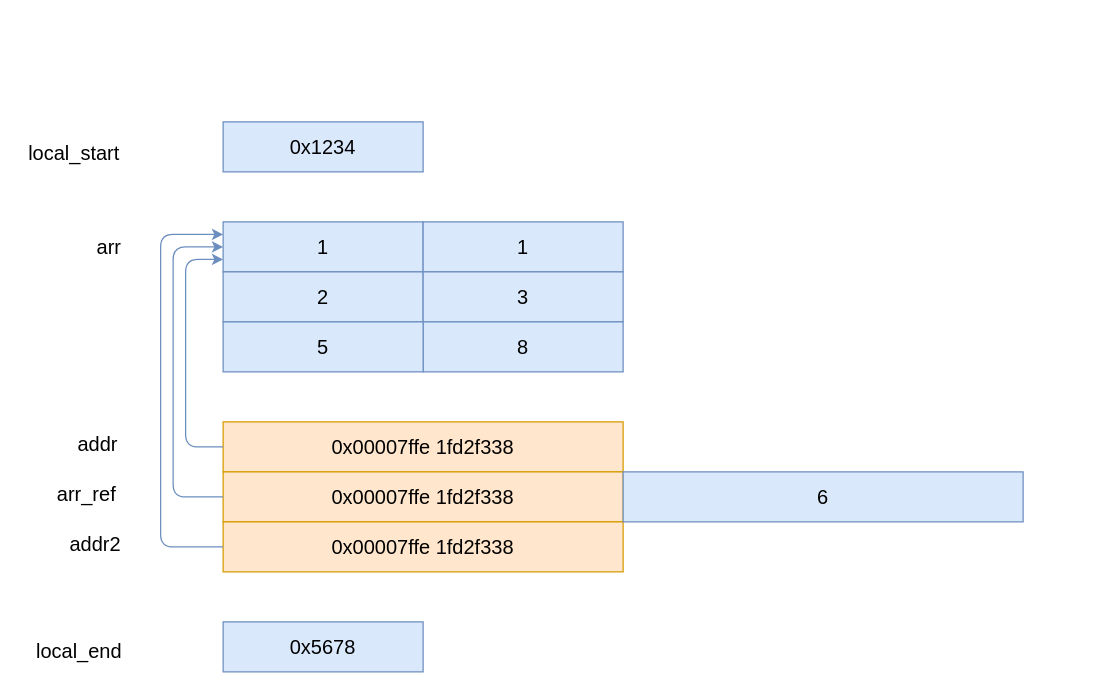
Before: src/primitives/assets/array-mem-layout.drawio in XuShaohua/intro-to-rust, a draw.io diagram. Source tidied: cells renumbered, new cells numbered last; positions are measured from the earlier drawing's top-left corner, leaving out a move shared by most shapes. Both pictures are drawn from the tidied source at 125%, with x=0, y=0 at pixel (21, 121).
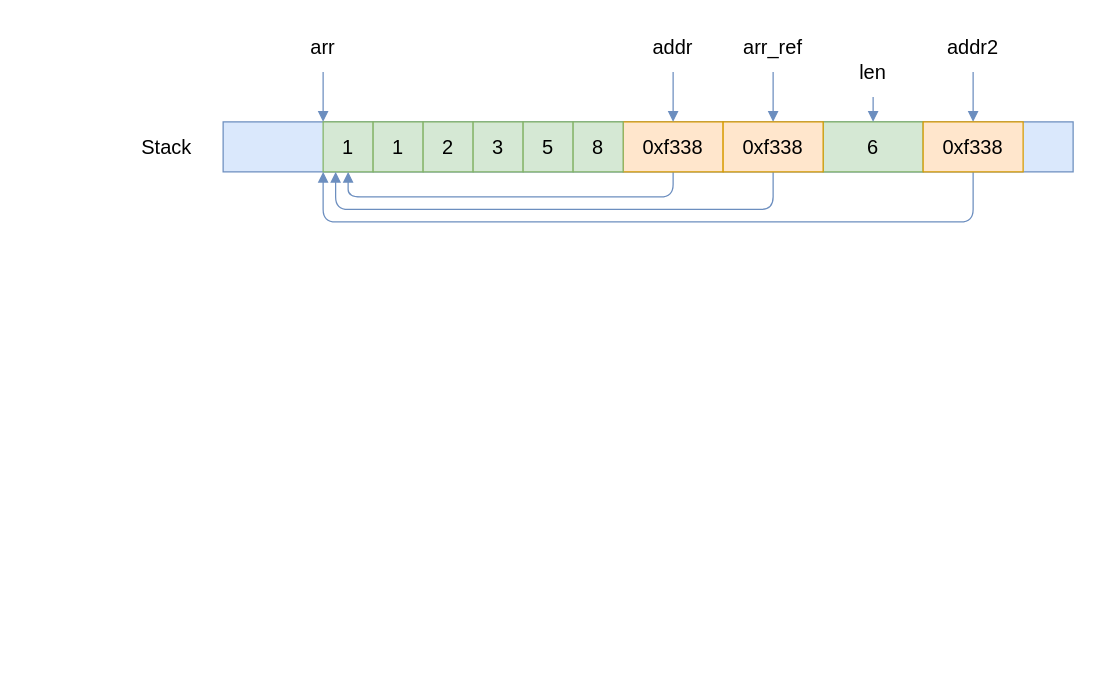
Above is the later version.

Commit message (it also covers changes not shown here):
primitives: Update array mem layout

What changed in the source:
```diff
@@
-    <mxCell id="2" value="0x1234" style="rounded=0;whiteSpace=wrap;html=1;shadow=0;strokeColor=#6c8ebf;strokeWidth=1;fontFamily=Ubuntu;fontSize=16;fontStyle=0;fillColor=#dae8fc;" parent="1" vertex="1">
-      <mxGeometry x="161" width="160" height="40" as="geometry" />
+    <mxCell id="2" style="rounded=0;whiteSpace=wrap;html=1;shadow=0;strokeColor=#6c8ebf;strokeWidth=1;fontFamily=Ubuntu;fontSize=16;fontStyle=0;fillColor=#dae8fc;" parent="1" vertex="1">
+      <mxGeometry x="161" width="680" height="40" as="geometry" />
     </mxCell>
-    <mxCell id="3" value="0x5678" style="rounded=0;whiteSpace=wrap;html=1;shadow=0;strokeColor=#6c8ebf;strokeWidth=1;fontFamily=Ubuntu;fontSize=16;fontStyle=0;fillColor=#dae8fc;" parent="1" vertex="1">
-      <mxGeometry x="161" y="400" width="160" height="40" as="geometry" />
-    </mxCell>
-    <mxCell id="4" value="local_start" style="text;html=1;align=center;verticalAlign=middle;whiteSpace=wrap;rounded=0;fontFamily=Ubuntu;fontSize=16;fontStyle=0;" parent="1" vertex="1">
-      <mxGeometry y="10" width="84" height="30" as="geometry" />
+    <mxCell id="4" value="Stack" style="text;html=1;align=center;verticalAlign=middle;whiteSpace=wrap;rounded=0;fontFamily=Ubuntu;fontSize=16;fontStyle=0;" parent="1" vertex="1">
+      <mxGeometry x="91" width="50" height="40" as="geometry" />
     </mxCell>
-    <mxCell id="5" value="local_end" style="text;html=1;align=center;verticalAlign=middle;whiteSpace=wrap;rounded=0;fontFamily=Ubuntu;fontSize=16;fontStyle=0;" parent="1" vertex="1">
-      <mxGeometry x="6" y="407.5" width="80" height="30" as="geometry" />
-    </mxCell>
-    <mxCell id="6" value="1" style="rounded=0;whiteSpace=wrap;html=1;shadow=0;strokeColor=#6c8ebf;strokeWidth=1;fontFamily=Ubuntu;fontSize=16;fontStyle=0;fillColor=#dae8fc;" parent="1" vertex="1">
-      <mxGeometry x="161" y="80" width="160" height="40" as="geometry" />
-    </mxCell>
-    <mxCell id="7" value="1" style="rounded=0;whiteSpace=wrap;html=1;shadow=0;strokeColor=#6c8ebf;strokeWidth=1;fontFamily=Ubuntu;fontSize=16;fontStyle=0;fillColor=#dae8fc;" parent="1" vertex="1">
-      <mxGeometry x="321" y="80" width="160" height="40" as="geometry" />
-    </mxCell>
+    <mxCell id="23" style="edgeStyle=orthogonalEdgeStyle;rounded=1;jettySize=auto;html=1;entryX=0;entryY=0;entryDx=0;entryDy=0;shadow=0;strokeColor=#6c8ebf;strokeWidth=1;fontFamily=Ubuntu;fontSize=14;fontStyle=0;endArrow=block;endFill=1;fillColor=#dae8fc;" parent="1" edge="1" source="12" target="28">
+      <mxGeometry relative="1" as="geometry" />
+    </mxCell>
+    <mxCell id="12" value="arr" style="text;html=1;align=center;verticalAlign=middle;whiteSpace=wrap;rounded=0;fontFamily=Ubuntu;fontSize=16;fontStyle=0;" parent="1" vertex="1">
+      <mxGeometry x="221" y="-80" width="40" height="40" as="geometry" />
+    </mxCell>
+    <mxCell id="24" style="edgeStyle=orthogonalEdgeStyle;rounded=1;jettySize=auto;html=1;entryX=0.5;entryY=1;entryDx=0;entryDy=0;shadow=0;strokeColor=#6c8ebf;strokeWidth=1;fontFamily=Ubuntu;fontSize=14;fontStyle=0;endArrow=block;endFill=1;fillColor=#dae8fc;" parent="1" edge="1" source="13" target="28">
+      <mxGeometry relative="1" as="geometry">
+        <Array as="points">
+          <mxPoint x="521" y="60" />
+          <mxPoint x="261" y="60" />
+        </Array>
+      </mxGeometry>
+    </mxCell>
+    <mxCell id="13" value="0xf338" style="rounded=0;whiteSpace=wrap;html=1;shadow=0;strokeColor=#d79b00;strokeWidth=1;fontFamily=Ubuntu;fontSize=16;fontStyle=0;fillColor=#ffe6cc;" parent="1" vertex="1">
+      <mxGeometry x="481" width="80" height="40" as="geometry" />
+    </mxCell>
+    <mxCell id="25" style="edgeStyle=orthogonalEdgeStyle;rounded=1;jettySize=auto;html=1;entryX=0.5;entryY=0;entryDx=0;entryDy=0;shadow=0;strokeColor=#6c8ebf;strokeWidth=1;fontFamily=Ubuntu;fontSize=14;fontStyle=0;endArrow=block;endFill=1;fillColor=#dae8fc;" parent="1" edge="1" source="14" target="13">
+      <mxGeometry relative="1" as="geometry" />
+    </mxCell>
+    <mxCell id="14" value="addr" style="text;html=1;align=center;verticalAlign=middle;whiteSpace=wrap;rounded=0;fontFamily=Ubuntu;fontSize=16;fontStyle=0;" parent="1" vertex="1">
+      <mxGeometry x="491" y="-80" width="60" height="40" as="geometry" />
+    </mxCell>
+    <mxCell id="26" style="edgeStyle=orthogonalEdgeStyle;rounded=1;jettySize=auto;html=1;entryX=0.5;entryY=0;entryDx=0;entryDy=0;shadow=0;strokeColor=#6c8ebf;strokeWidth=1;fontFamily=Ubuntu;fontSize=14;fontStyle=0;endArrow=block;endFill=1;fillColor=#dae8fc;" parent="1" edge="1" source="15" target="33">
+      <mxGeometry relative="1" as="geometry" />
+    </mxCell>
+    <mxCell id="15" value="addr2" style="text;html=1;align=center;verticalAlign=middle;whiteSpace=wrap;rounded=0;fontFamily=Ubuntu;fontSize=16;fontStyle=0;" parent="1" vertex="1">
+      <mxGeometry x="736" y="-80" width="50" height="40" as="geometry" />
+    </mxCell>
+    <mxCell id="27" style="edgeStyle=orthogonalEdgeStyle;rounded=1;jettySize=auto;html=1;shadow=0;strokeColor=#6c8ebf;strokeWidth=1;fontFamily=Ubuntu;fontSize=14;fontStyle=0;endArrow=block;endFill=1;fillColor=#dae8fc;" parent="1" edge="1" source="18" target="31">
+      <mxGeometry relative="1" as="geometry" />
+    </mxCell>
+    <mxCell id="18" value="arr_ref" style="text;html=1;align=center;verticalAlign=middle;whiteSpace=wrap;rounded=0;fontFamily=Ubuntu;fontSize=16;fontStyle=0;" parent="1" vertex="1">
+      <mxGeometry x="571" y="-80" width="60" height="40" as="geometry" />
+    </mxCell>
+    <mxCell id="19" value="6" style="rounded=0;whiteSpace=wrap;html=1;shadow=0;strokeColor=#82b366;strokeWidth=1;fontFamily=Ubuntu;fontSize=16;fontStyle=0;fillColor=#d5e8d4;" parent="1" vertex="1">
+      <mxGeometry x="641" width="80" height="40" as="geometry" />
+    </mxCell>
+    <mxCell id="28" value="1" style="rounded=0;whiteSpace=wrap;html=1;shadow=0;strokeColor=#82b366;strokeWidth=1;fontFamily=Ubuntu;fontSize=16;fontStyle=0;fillColor=#d5e8d4;" parent="1" vertex="1">
+      <mxGeometry x="241" width="40" height="40" as="geometry" />
+    </mxCell>
+    <mxCell id="29" value="1" style="rounded=0;whiteSpace=wrap;html=1;shadow=0;strokeColor=#82b366;strokeWidth=1;fontFamily=Ubuntu;fontSize=16;fontStyle=0;fillColor=#d5e8d4;" parent="1" vertex="1">
+      <mxGeometry x="281" width="40" height="40" as="geometry" />
+    </mxCell>
-    <mxCell id="8" value="2" style="rounded=0;whiteSpace=wrap;html=1;shadow=0;strokeColor=#6c8ebf;strokeWidth=1;fontFamily=Ubuntu;fontSize=16;fontStyle=0;fillColor=#dae8fc;" parent="1" vertex="1">
-      <mxGeometry x="161" y="120" width="160" height="40" as="geometry" />
+    <mxCell id="8" value="2" style="rounded=0;whiteSpace=wrap;html=1;shadow=0;strokeColor=#82b366;strokeWidth=1;fontFamily=Ubuntu;fontSize=16;fontStyle=0;fillColor=#d5e8d4;" parent="1" vertex="1">
+      <mxGeometry x="321" width="40" height="40" as="geometry" />
     </mxCell>
-    <mxCell id="9" value="3" style="rounded=0;whiteSpace=wrap;html=1;shadow=0;strokeColor=#6c8ebf;strokeWidth=1;fontFamily=Ubuntu;fontSize=16;fontStyle=0;fillColor=#dae8fc;" parent="1" vertex="1">
-      <mxGeometry x="321" y="120" width="160" height="40" as="geometry" />
+    <mxCell id="9" value="3" style="rounded=0;whiteSpace=wrap;html=1;shadow=0;strokeColor=#82b366;strokeWidth=1;fontFamily=Ubuntu;fontSize=16;fontStyle=0;fillColor=#d5e8d4;" parent="1" vertex="1">
+      <mxGeometry x="361" width="40" height="40" as="geometry" />
     </mxCell>
+    <mxCell id="11" value="5" style="rounded=0;whiteSpace=wrap;html=1;shadow=0;strokeColor=#82b366;strokeWidth=1;fontFamily=Ubuntu;fontSize=16;fontStyle=0;fillColor=#d5e8d4;" parent="1" vertex="1">
+      <mxGeometry x="401" width="40" height="40" as="geometry" />
+    </mxCell>
-    <mxCell id="10" value="8" style="rounded=0;whiteSpace=wrap;html=1;shadow=0;strokeColor=#6c8ebf;strokeWidth=1;fontFamily=Ubuntu;fontSize=16;fontStyle=0;fillColor=#dae8fc;" parent="1" vertex="1">
-      <mxGeometry x="321" y="160" width="160" height="40" as="geometry" />
+    <mxCell id="10" value="8" style="rounded=0;whiteSpace=wrap;html=1;shadow=0;strokeColor=#82b366;strokeWidth=1;fontFamily=Ubuntu;fontSize=16;fontStyle=0;fillColor=#d5e8d4;" parent="1" vertex="1">
+      <mxGeometry x="441" width="40" height="40" as="geometry" />
     </mxCell>
-    <mxCell id="11" value="5" style="rounded=0;whiteSpace=wrap;html=1;shadow=0;strokeColor=#6c8ebf;strokeWidth=1;fontFamily=Ubuntu;fontSize=16;fontStyle=0;fillColor=#dae8fc;" parent="1" vertex="1">
-      <mxGeometry x="161" y="160" width="160" height="40" as="geometry" />
-    </mxCell>
-    <mxCell id="12" value="arr" style="text;html=1;align=center;verticalAlign=middle;whiteSpace=wrap;rounded=0;fontFamily=Ubuntu;fontSize=16;fontStyle=0;" parent="1" vertex="1">
-      <mxGeometry x="50" y="85" width="40" height="30" as="geometry" />
-    </mxCell>
-    <mxCell id="13" value="0x00007ffe 1fd2f338" style="rounded=0;whiteSpace=wrap;html=1;shadow=0;strokeColor=#d79b00;strokeWidth=1;fontFamily=Ubuntu;fontSize=16;fontStyle=0;fillColor=#ffe6cc;" parent="1" vertex="1">
-      <mxGeometry x="161" y="240" width="320" height="40" as="geometry" />
-    </mxCell>
-    <mxCell id="14" value="addr" style="text;html=1;align=center;verticalAlign=middle;whiteSpace=wrap;rounded=0;fontFamily=Ubuntu;fontSize=16;fontStyle=0;" parent="1" vertex="1">
-      <mxGeometry x="31" y="242.5" width="60" height="30" as="geometry" />
-    </mxCell>
-    <mxCell id="15" value="addr2" style="text;html=1;align=center;verticalAlign=middle;whiteSpace=wrap;rounded=0;fontFamily=Ubuntu;fontSize=16;fontStyle=0;" parent="1" vertex="1">
-      <mxGeometry x="34" y="322.5" width="50" height="30" as="geometry" />
-    </mxCell>
-    <mxCell id="16" value="0x00007ffe 1fd2f338" style="rounded=0;whiteSpace=wrap;html=1;shadow=0;strokeColor=#d79b00;strokeWidth=1;fontFamily=Ubuntu;fontSize=16;fontStyle=0;fillColor=#ffe6cc;" parent="1" vertex="1">
-      <mxGeometry x="161" y="280" width="320" height="40" as="geometry" />
-    </mxCell>
-    <mxCell id="17" value="0x00007ffe 1fd2f338" style="rounded=0;whiteSpace=wrap;html=1;shadow=0;strokeColor=#d79b00;strokeWidth=1;fontFamily=Ubuntu;fontSize=16;fontStyle=0;fillColor=#ffe6cc;" parent="1" vertex="1">
-      <mxGeometry x="161" y="320" width="320" height="40" as="geometry" />
-    </mxCell>
-    <mxCell id="18" value="arr_ref" style="text;html=1;align=center;verticalAlign=middle;whiteSpace=wrap;rounded=0;fontFamily=Ubuntu;fontSize=16;fontStyle=0;" parent="1" vertex="1">
-      <mxGeometry x="22" y="282.5" width="60" height="30" as="geometry" />
-    </mxCell>
-    <mxCell id="19" value="6" style="rounded=0;whiteSpace=wrap;html=1;shadow=0;strokeColor=#6c8ebf;strokeWidth=1;fontFamily=Ubuntu;fontSize=16;fontStyle=0;fillColor=#dae8fc;" parent="1" vertex="1">
-      <mxGeometry x="481" y="280" width="320" height="40" as="geometry" />
-    </mxCell>
-    <mxCell id="20" style="endArrow=classic;html=1;rounded=1;shadow=0;strokeColor=#6c8ebf;strokeWidth=1;fontFamily=Ubuntu;fontSize=14;fontStyle=0;fillColor=#dae8fc;exitX=0;exitY=0.5;exitDx=0;exitDy=0;entryX=0;entryY=0.75;entryDx=0;entryDy=0;" parent="1" edge="1" source="13" target="6">
-      <mxGeometry relative="1" as="geometry">
-        <Array as="points">
-          <mxPoint x="131" y="260" />
-          <mxPoint x="131" y="110" />
-        </Array>
-      </mxGeometry>
-    </mxCell>
-    <mxCell id="21" style="endArrow=classic;html=1;rounded=1;shadow=0;strokeColor=#6c8ebf;strokeWidth=1;fontFamily=Ubuntu;fontSize=14;fontStyle=0;fillColor=#dae8fc;exitX=0;exitY=0.5;exitDx=0;exitDy=0;entryX=0;entryY=0.5;entryDx=0;entryDy=0;" parent="1" edge="1" source="16" target="6">
-      <mxGeometry relative="1" as="geometry">
-        <Array as="points">
-          <mxPoint x="121" y="300" />
-          <mxPoint x="121" y="100" />
-        </Array>
-      </mxGeometry>
-    </mxCell>
-    <mxCell id="22" style="endArrow=classic;html=1;rounded=1;shadow=0;strokeColor=#6c8ebf;strokeWidth=1;fontFamily=Ubuntu;fontSize=14;fontStyle=0;fillColor=#dae8fc;exitX=0;exitY=0.5;exitDx=0;exitDy=0;entryX=0;entryY=0.25;entryDx=0;entryDy=0;" parent="1" edge="1" source="17" target="6">
-      <mxGeometry relative="1" as="geometry">
-        <Array as="points">
-          <mxPoint x="111" y="340" />
-          <mxPoint x="111" y="90" />
-        </Array>
-      </mxGeometry>
-    </mxCell>
+    <mxCell id="30" style="edgeStyle=orthogonalEdgeStyle;rounded=1;jettySize=auto;html=1;entryX=0.25;entryY=1;entryDx=0;entryDy=0;shadow=0;strokeColor=#6c8ebf;strokeWidth=1;fontFamily=Ubuntu;fontSize=14;fontStyle=0;endArrow=block;endFill=1;fillColor=#dae8fc;" parent="1" edge="1" source="31" target="28">
+      <mxGeometry relative="1" as="geometry">
+        <Array as="points">
+          <mxPoint x="601" y="70" />
+          <mxPoint x="251" y="70" />
+        </Array>
+      </mxGeometry>
+    </mxCell>
+    <mxCell id="31" value="0xf338" style="rounded=0;whiteSpace=wrap;html=1;shadow=0;strokeColor=#d79b00;strokeWidth=1;fontFamily=Ubuntu;fontSize=16;fontStyle=0;fillColor=#ffe6cc;" parent="1" vertex="1">
+      <mxGeometry x="561" width="80" height="40" as="geometry" />
+    </mxCell>
+    <mxCell id="32" style="edgeStyle=orthogonalEdgeStyle;rounded=1;jettySize=auto;html=1;entryX=0;entryY=1;entryDx=0;entryDy=0;shadow=0;strokeColor=#6c8ebf;strokeWidth=1;fontFamily=Ubuntu;fontSize=14;fontStyle=0;endArrow=block;endFill=1;fillColor=#dae8fc;" parent="1" edge="1" source="33" target="28">
+      <mxGeometry relative="1" as="geometry">
+        <Array as="points">
+          <mxPoint x="761" y="80" />
+          <mxPoint x="241" y="80" />
+        </Array>
+      </mxGeometry>
+    </mxCell>
+    <mxCell id="33" value="0xf338" style="rounded=0;whiteSpace=wrap;html=1;shadow=0;strokeColor=#d79b00;strokeWidth=1;fontFamily=Ubuntu;fontSize=16;fontStyle=0;fillColor=#ffe6cc;" parent="1" vertex="1">
+      <mxGeometry x="721" width="80" height="40" as="geometry" />
+    </mxCell>
+    <mxCell id="34" style="edgeStyle=orthogonalEdgeStyle;rounded=1;jettySize=auto;html=1;shadow=0;strokeColor=#6c8ebf;strokeWidth=1;fontFamily=Ubuntu;fontSize=14;fontStyle=0;endArrow=block;endFill=1;fillColor=#dae8fc;" parent="1" edge="1" source="35">
+      <mxGeometry relative="1" as="geometry">
+        <mxPoint x="681" as="targetPoint" />
+      </mxGeometry>
+    </mxCell>
+    <mxCell id="35" value="len" style="text;html=1;align=center;verticalAlign=middle;whiteSpace=wrap;rounded=0;fontFamily=Ubuntu;fontSize=16;fontStyle=0;" parent="1" vertex="1">
+      <mxGeometry x="651" y="-60" width="60" height="40" as="geometry" />
+    </mxCell>
```
